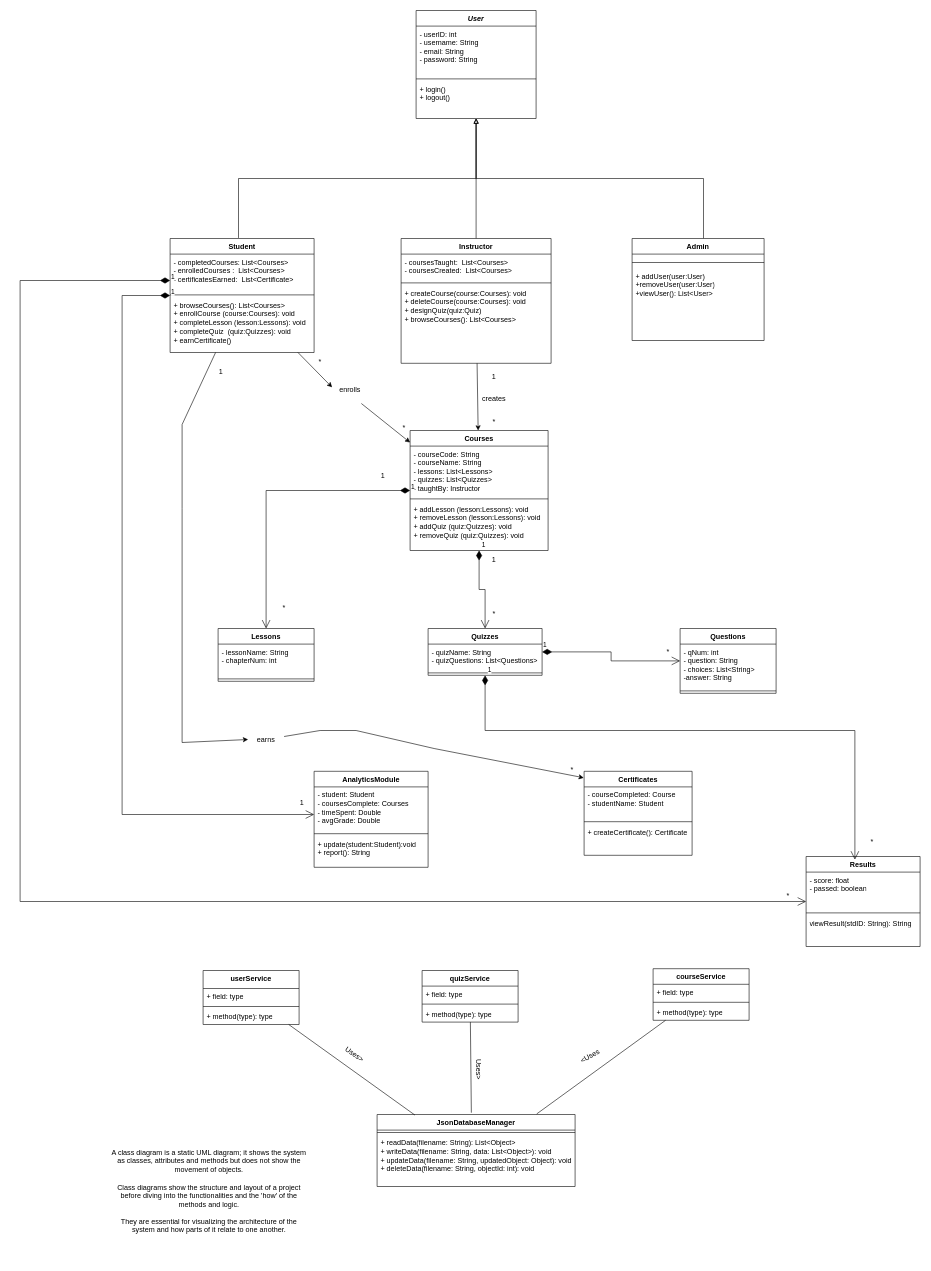
23010477/Lab6_SkillForge keeps this draw.io diagram as Class_Diagram/Untitled Diagram.drawio. Above is the earlier version. Source tidied: cells renumbered, new cells numbered last; positions are measured from the earlier drawing's top-left corner, leaving out a move shared by most shapes. Both pictures are drawn from the tidied source at 60%, with x=0, y=0 at pixel (20, 10).
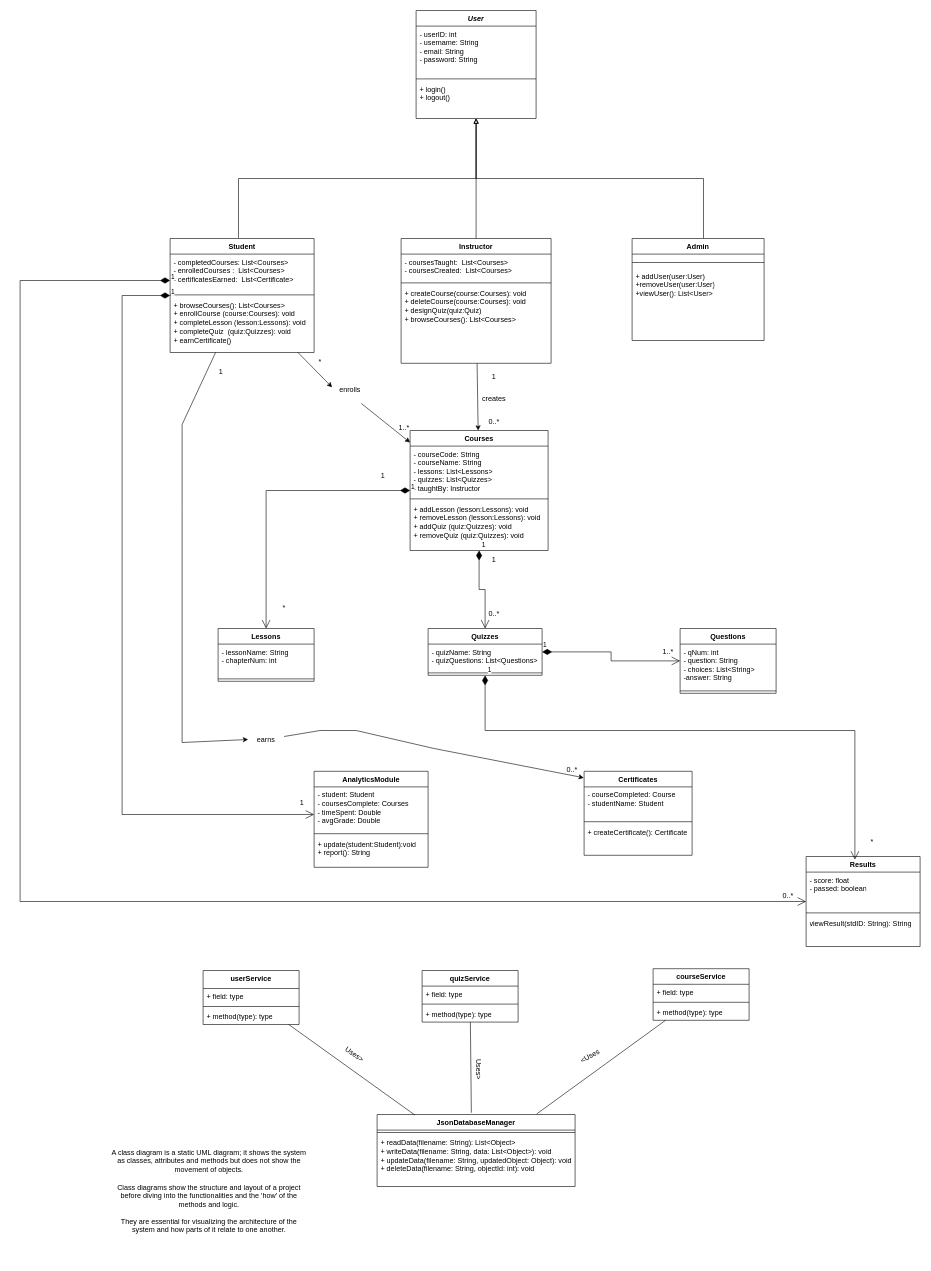
The same page after the edit.

Commit message:
adjusted multiplicities

The edit, as a diff of the source:
```diff
@@
-    <mxCell id="66" value="*" style="text;html=1;whiteSpace=wrap;strokeColor=none;fillColor=none;align=center;verticalAlign=middle;rounded=0;" parent="1" vertex="1">
+    <mxCell id="66" value="0..*" style="text;html=1;whiteSpace=wrap;strokeColor=none;fillColor=none;align=center;verticalAlign=middle;rounded=0;" parent="1" vertex="1">
       <mxGeometry x="775" y="680" width="30" height="10" as="geometry" />
     </mxCell>
@@
-    <mxCell id="72" value="*" style="text;html=1;whiteSpace=wrap;strokeColor=none;fillColor=none;align=center;verticalAlign=middle;rounded=0;" parent="1" vertex="1">
+    <mxCell id="72" value="0..*" style="text;html=1;whiteSpace=wrap;strokeColor=none;fillColor=none;align=center;verticalAlign=middle;rounded=0;" parent="1" vertex="1">
       <mxGeometry x="760" y="990" width="60" height="30" as="geometry" />
     </mxCell>
@@
-    <mxCell id="74" value="*" style="text;html=1;whiteSpace=wrap;strokeColor=none;fillColor=none;align=center;verticalAlign=middle;rounded=0;" parent="1" vertex="1">
+    <mxCell id="74" value="1..*" style="text;html=1;whiteSpace=wrap;strokeColor=none;fillColor=none;align=center;verticalAlign=middle;rounded=0;" parent="1" vertex="1">
       <mxGeometry x="1050" y="1054" width="60" height="30" as="geometry" />
     </mxCell>
@@
-    <mxCell id="79" value="*" style="text;html=1;whiteSpace=wrap;strokeColor=none;fillColor=none;align=center;verticalAlign=middle;rounded=0;" parent="1" vertex="1">
+    <mxCell id="79" value="1..*" style="text;html=1;whiteSpace=wrap;strokeColor=none;fillColor=none;align=center;verticalAlign=middle;rounded=0;" parent="1" vertex="1">
       <mxGeometry x="610" y="680" width="60" height="30" as="geometry" />
     </mxCell>
@@
-    <mxCell id="84" value="*" style="text;html=1;whiteSpace=wrap;strokeColor=none;fillColor=none;align=center;verticalAlign=middle;rounded=0;" parent="1" vertex="1">
+    <mxCell id="84" value="&lt;div&gt;0..*&lt;/div&gt;" style="text;html=1;whiteSpace=wrap;strokeColor=none;fillColor=none;align=center;verticalAlign=middle;rounded=0;" parent="1" vertex="1">
       <mxGeometry x="890" y="1250" width="60" height="30" as="geometry" />
     </mxCell>
@@
-    <mxCell id="94" value="*" style="text;html=1;whiteSpace=wrap;strokeColor=none;fillColor=none;align=center;verticalAlign=middle;rounded=0;" parent="1" vertex="1">
+    <mxCell id="94" value="0..*" style="text;html=1;whiteSpace=wrap;strokeColor=none;fillColor=none;align=center;verticalAlign=middle;rounded=0;" parent="1" vertex="1">
       <mxGeometry x="1250" y="1460" width="60" height="30" as="geometry" />
     </mxCell>
```
